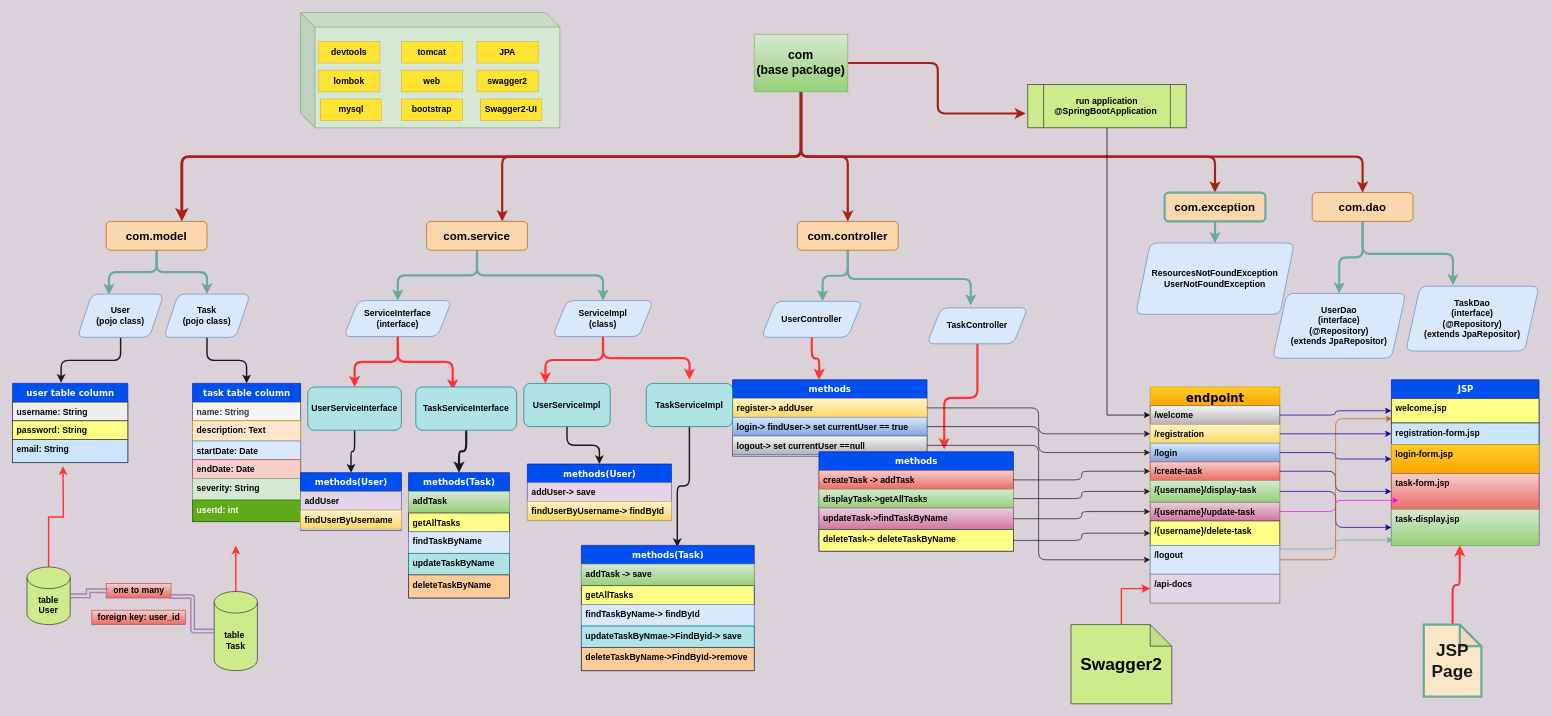
Above: Untitled Diagram.drawio in chefvivica/all-charts-repo (draw.io), before the change. Source tidied: cells renumbered, new cells numbered last; positions are measured from the earlier drawing's top-left corner, leaving out a move shared by most shapes. Both pictures are drawn from the tidied source at 72%, with x=0, y=0 at pixel (12, 12).
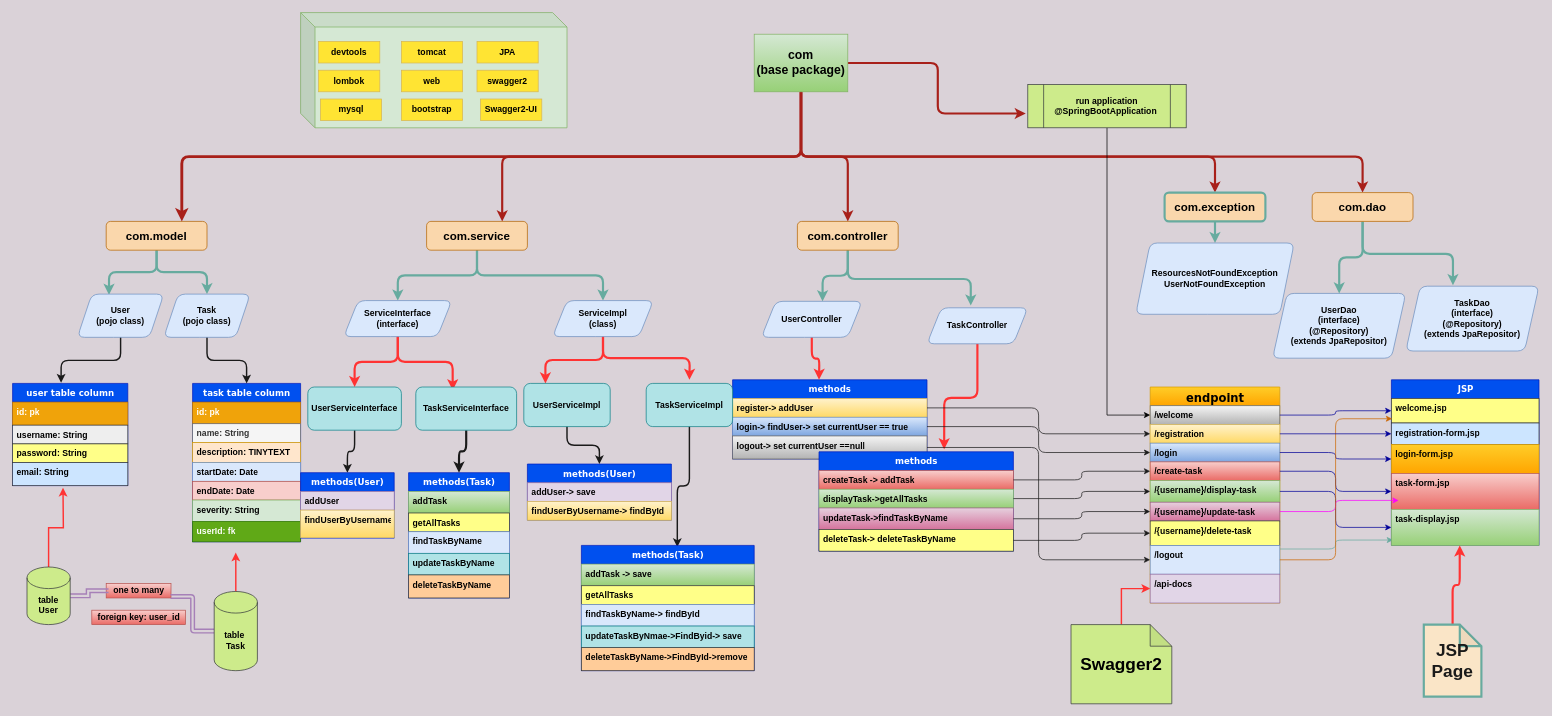
The same page after the edit.

The change refers to these unchanged cells:
```xml
<mxCell id="136" value="&lt;b&gt;table&lt;br&gt;User&lt;/b&gt;" style="shape=cylinder3;whiteSpace=wrap;html=1;boundedLbl=1;backgroundOutline=1;size=15;fillColor=#cdeb8b;strokeColor=#36393d;" parent="1" vertex="1">
  <mxGeometry x="20" y="770" width="60" height="80" as="geometry" />
</mxCell>
<mxCell id="139" value="&lt;b&gt;table&amp;nbsp;&lt;br&gt;Task&lt;/b&gt;" style="shape=cylinder3;whiteSpace=wrap;html=1;boundedLbl=1;backgroundOutline=1;size=15;fillColor=#cdeb8b;strokeColor=#36393d;" parent="1" vertex="1">
  <mxGeometry x="280" y="804" width="60" height="110" as="geometry" />
</mxCell>
```

Change to the diagram source:
```diff
@@
     <mxCell id="13" value="user table column" style="swimlane;html=1;fontStyle=1;align=center;verticalAlign=top;horizontal=1;startSize=26;swimlaneFillColor=#ffffff;rounded=0;shadow=0;comic=0;labelBackgroundColor=none;strokeWidth=1;fillColor=#0050ef;fontFamily=Verdana;fontSize=12;strokeColor=#001DBC;fontColor=#ffffff;" parent="1" vertex="1">
-      <mxGeometry y="515" width="160" height="110" as="geometry" />
+      <mxGeometry y="515" width="160" height="142" as="geometry" />
     </mxCell>
+    <mxCell id="141" value="id: pk" style="text;html=1;strokeColor=#BD7000;fillColor=#f0a30a;align=left;verticalAlign=top;spacingLeft=4;spacingRight=4;whiteSpace=wrap;overflow=hidden;fontStyle=1;fontColor=#ffffff;" parent="13" vertex="1">
+      <mxGeometry y="26" width="160" height="32" as="geometry" />
+    </mxCell>
     <mxCell id="14" value="username: String" style="text;html=1;strokeColor=#36393d;fillColor=#eeeeee;align=left;verticalAlign=top;spacingLeft=4;spacingRight=4;whiteSpace=wrap;overflow=hidden;fontStyle=1;" parent="13" vertex="1">
-      <mxGeometry y="26" width="160" height="26" as="geometry" />
+      <mxGeometry y="58" width="160" height="26" as="geometry" />
     </mxCell>
     <mxCell id="15" value="password: String" style="text;html=1;strokeColor=#36393d;fillColor=#ffff88;align=left;verticalAlign=top;spacingLeft=4;spacingRight=4;whiteSpace=wrap;overflow=hidden;fontStyle=1;" parent="13" vertex="1">
-      <mxGeometry y="52" width="160" height="26" as="geometry" />
+      <mxGeometry y="84" width="160" height="26" as="geometry" />
     </mxCell>
     <mxCell id="16" value="email: String" style="text;html=1;strokeColor=#36393d;fillColor=#cce5ff;align=left;verticalAlign=top;spacingLeft=4;spacingRight=4;whiteSpace=wrap;overflow=hidden;fontStyle=1;" parent="13" vertex="1">
-      <mxGeometry y="78" width="160" height="32" as="geometry" />
+      <mxGeometry y="110" width="160" height="32" as="geometry" />
     </mxCell>
     <mxCell id="17" value="task table column" style="swimlane;html=1;fontStyle=1;align=center;verticalAlign=top;horizontal=1;startSize=26;swimlaneFillColor=#ffffff;rounded=0;shadow=0;comic=0;labelBackgroundColor=none;strokeWidth=1;fillColor=#0050ef;fontFamily=Verdana;fontSize=12;strokeColor=#001DBC;fontColor=#ffffff;" parent="1" vertex="1">
-      <mxGeometry x="250" y="515" width="150" height="192" as="geometry" />
+      <mxGeometry x="250" y="515" width="150" height="220" as="geometry" />
     </mxCell>
+    <mxCell id="142" value="id: pk" style="text;html=1;strokeColor=#BD7000;fillColor=#f0a30a;align=left;verticalAlign=top;spacingLeft=4;spacingRight=4;whiteSpace=wrap;overflow=hidden;fontStyle=1;fontColor=#ffffff;" parent="17" vertex="1">
+      <mxGeometry y="26" width="150" height="30" as="geometry" />
+    </mxCell>
     <mxCell id="18" value="name: String" style="text;html=1;strokeColor=#666666;fillColor=#f5f5f5;align=left;verticalAlign=top;spacingLeft=4;spacingRight=4;whiteSpace=wrap;overflow=hidden;fontColor=#333333;fontStyle=1;" parent="17" vertex="1">
-      <mxGeometry y="26" width="150" height="26" as="geometry" />
+      <mxGeometry y="56" width="150" height="26" as="geometry" />
     </mxCell>
-    <mxCell id="19" value="description: Text" style="text;html=1;strokeColor=#d79b00;fillColor=#ffe6cc;align=left;verticalAlign=top;spacingLeft=4;spacingRight=4;whiteSpace=wrap;overflow=hidden;fontStyle=1;" parent="17" vertex="1">
-      <mxGeometry y="52" width="150" height="28" as="geometry" />
+    <mxCell id="19" value="description: TINYTEXT" style="text;html=1;strokeColor=#d79b00;fillColor=#ffe6cc;align=left;verticalAlign=top;spacingLeft=4;spacingRight=4;whiteSpace=wrap;overflow=hidden;fontStyle=1;" parent="17" vertex="1">
+      <mxGeometry y="82" width="150" height="28" as="geometry" />
     </mxCell>
     <mxCell id="20" value="startDate: Date" style="text;html=1;strokeColor=#6c8ebf;fillColor=#dae8fc;align=left;verticalAlign=top;spacingLeft=4;spacingRight=4;whiteSpace=wrap;overflow=hidden;fontStyle=1;" parent="17" vertex="1">
-      <mxGeometry y="80" width="150" height="26" as="geometry" />
+      <mxGeometry y="110" width="150" height="26" as="geometry" />
     </mxCell>
     <mxCell id="21" value="endDate: Date" style="text;html=1;strokeColor=#b85450;fillColor=#f8cecc;align=left;verticalAlign=top;spacingLeft=4;spacingRight=4;whiteSpace=wrap;overflow=hidden;fontStyle=1;" parent="17" vertex="1">
-      <mxGeometry y="106" width="150" height="26" as="geometry" />
+      <mxGeometry y="136" width="150" height="26" as="geometry" />
     </mxCell>
     <mxCell id="22" value="severity: String" style="text;html=1;strokeColor=#82b366;fillColor=#d5e8d4;align=left;verticalAlign=top;spacingLeft=4;spacingRight=4;whiteSpace=wrap;overflow=hidden;fontStyle=1;" parent="17" vertex="1">
-      <mxGeometry y="132" width="150" height="30" as="geometry" />
+      <mxGeometry y="162" width="150" height="30" as="geometry" />
     </mxCell>
-    <mxCell id="23" value="userId: int" style="text;html=1;strokeColor=#2D7600;fillColor=#60a917;align=left;verticalAlign=top;spacingLeft=4;spacingRight=4;whiteSpace=wrap;overflow=hidden;fontStyle=1;fontColor=#ffffff;" parent="17" vertex="1">
-      <mxGeometry y="162" width="150" height="30" as="geometry" />
+    <mxCell id="23" value="userId: fk" style="text;html=1;strokeColor=#2D7600;fillColor=#60a917;align=left;verticalAlign=top;spacingLeft=4;spacingRight=4;whiteSpace=wrap;overflow=hidden;fontStyle=1;fontColor=#ffffff;" parent="17" vertex="1">
+      <mxGeometry y="192" width="150" height="28" as="geometry" />
     </mxCell>
@@
     <mxCell id="68" value="methods" style="swimlane;html=1;fontStyle=1;align=center;verticalAlign=top;horizontal=1;startSize=26;swimlaneFillColor=#ffffff;rounded=0;shadow=0;comic=0;labelBackgroundColor=none;strokeWidth=1;fillColor=#0050ef;fontFamily=Verdana;fontSize=12;strokeColor=#001DBC;fontColor=#ffffff;" parent="1" vertex="1">
-      <mxGeometry x="1000" y="510" width="270" height="106" as="geometry" />
+      <mxGeometry x="1000" y="510" width="270" height="110" as="geometry" />
     </mxCell>
@@
     <mxCell id="71" value="&lt;span&gt;logout-&amp;gt; set currentUser ==null&lt;/span&gt;" style="text;html=1;strokeColor=#666666;fillColor=#f5f5f5;align=left;verticalAlign=top;spacingLeft=4;spacingRight=4;whiteSpace=wrap;overflow=hidden;points=[[0,0.5],[1,0.5]];portConstraint=eastwest;gradientColor=#b3b3b3;fontStyle=1;" parent="68" vertex="1">
-      <mxGeometry y="78" width="270" height="26" as="geometry" />
+      <mxGeometry y="78" width="270" height="32" as="geometry" />
     </mxCell>
@@
     <mxCell id="84" value="methods(User)" style="swimlane;html=1;fontStyle=1;align=center;verticalAlign=top;horizontal=1;startSize=26;swimlaneFillColor=#ffffff;rounded=0;shadow=0;comic=0;labelBackgroundColor=none;strokeWidth=1;fillColor=#0050ef;fontFamily=Verdana;fontSize=12;strokeColor=#001DBC;fontColor=#ffffff;" parent="1" vertex="1">
-      <mxGeometry x="400" y="639" width="140" height="80" as="geometry" />
+      <mxGeometry x="400" y="639" width="130" height="91" as="geometry" />
     </mxCell>
     <mxCell id="85" value="addUser" style="text;html=1;strokeColor=#9673a6;fillColor=#e1d5e7;align=left;verticalAlign=top;spacingLeft=4;spacingRight=4;whiteSpace=wrap;overflow=hidden;fontStyle=1;" parent="84" vertex="1">
-      <mxGeometry y="26" width="140" height="26" as="geometry" />
+      <mxGeometry y="26" width="130" height="26" as="geometry" />
     </mxCell>
     <mxCell id="86" value="findUserByUsername" style="text;html=1;strokeColor=#d6b656;fillColor=#fff2cc;align=left;verticalAlign=top;spacingLeft=4;spacingRight=4;whiteSpace=wrap;overflow=hidden;gradientColor=#ffd966;fontStyle=1;" parent="84" vertex="1">
-      <mxGeometry y="52" width="140" height="26" as="geometry" />
+      <mxGeometry y="52" width="130" height="38" as="geometry" />
     </mxCell>
@@
     <mxCell id="124" style="shape=cube;whiteSpace=wrap;html=1;boundedLbl=1;backgroundOutline=1;darkOpacity=0.05;darkOpacity2=0.1;fillColor=#d5e8d4;strokeColor=#82b366;fontStyle=1;" parent="1" vertex="1">
-      <mxGeometry x="400" width="360" height="160" as="geometry" />
+      <mxGeometry x="400" width="370" height="160" as="geometry" />
     </mxCell>
@@
     <mxCell id="134" style="edgeStyle=orthogonalEdgeStyle;rounded=0;jettySize=auto;html=1;exitX=0.5;exitY=0;exitDx=0;exitDy=0;exitPerimeter=0;strokeColor=#FF3333;strokeWidth=2;" parent="1" edge="1" source="136">
       <mxGeometry relative="1" as="geometry">
-        <mxPoint x="70" y="630" as="targetPoint" />
+        <mxPoint x="70" y="660" as="targetPoint" />
       </mxGeometry>
     </mxCell>
@@
     <mxCell id="137" style="edgeStyle=orthogonalEdgeStyle;rounded=0;jettySize=auto;html=1;exitX=0.5;exitY=0;exitDx=0;exitDy=0;exitPerimeter=0;strokeColor=#FF3333;strokeWidth=2;" parent="1" edge="1" source="139">
       <mxGeometry relative="1" as="geometry">
-        <mxPoint x="310" y="740" as="targetPoint" />
+        <mxPoint x="310" y="750" as="targetPoint" />
       </mxGeometry>
     </mxCell>
```
